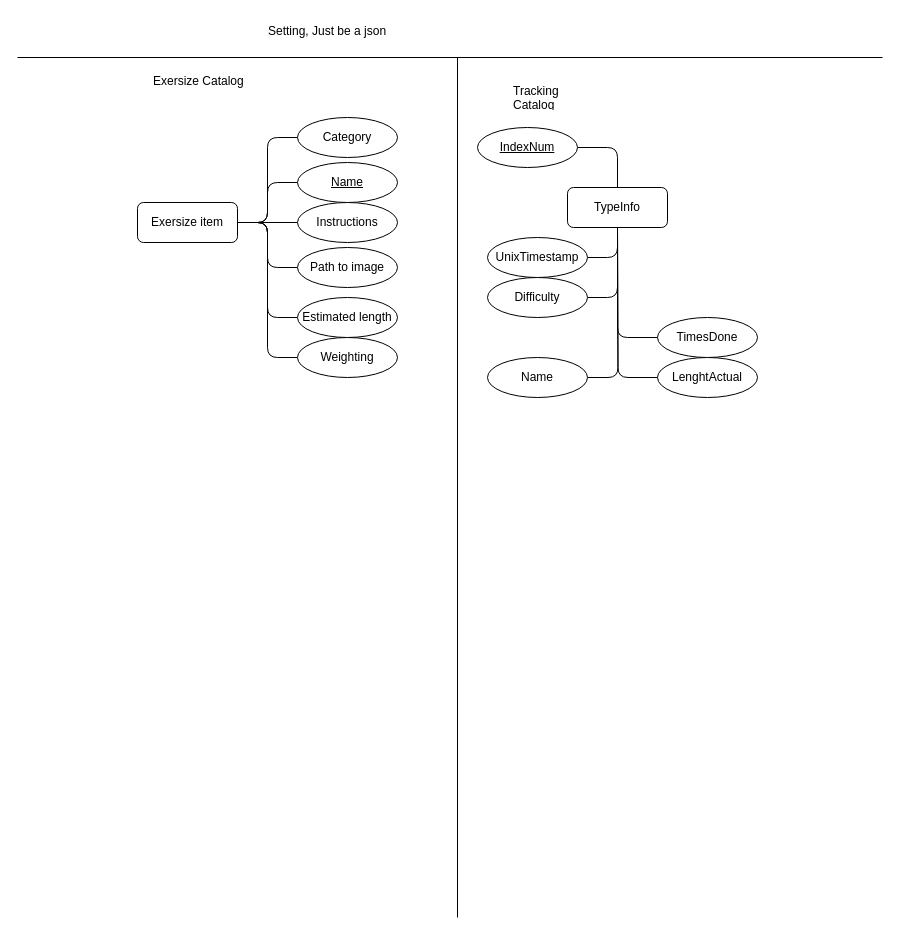
The draw.io diagram Git_Assign/Designs/ERD.drawio in Deejayayay/CSC3220_T2, before the edit. Source tidied: cells renumbered, new cells numbered last; positions are measured from the earlier drawing's top-left corner, leaving out a move shared by most shapes. Both pictures are drawn from the tidied source at 100%, with x=0, y=0 at pixel (17, 17).
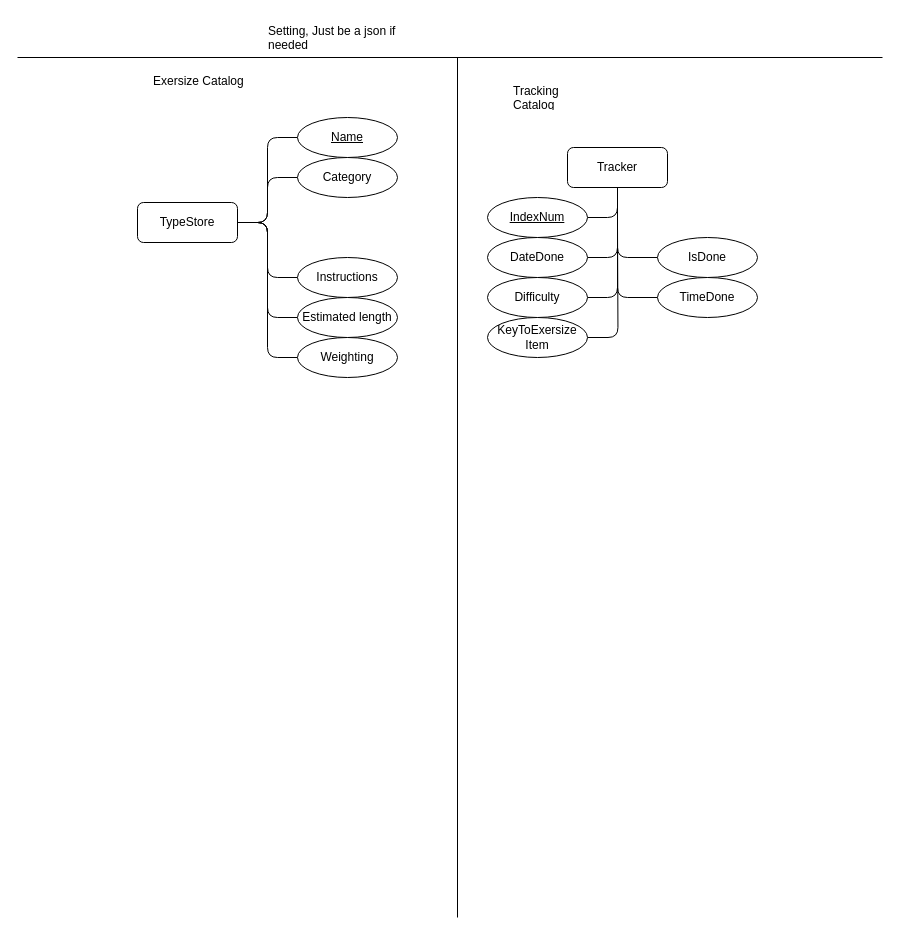
The same diagram, later.

Change to the diagram source:
```diff
@@
-    <mxCell id="2" style="edgeStyle=orthogonalEdgeStyle;rounded=1;jettySize=auto;html=1;exitX=0.5;exitY=0;exitDx=0;exitDy=0;entryX=1;entryY=0.5;entryDx=0;entryDy=0;endArrow=none;endFill=0;" parent="1" edge="1" source="4" target="18">
+    <mxCell id="2" style="edgeStyle=orthogonalEdgeStyle;rounded=1;jettySize=auto;html=1;exitX=0.5;exitY=1;exitDx=0;exitDy=0;entryX=1;entryY=0.5;entryDx=0;entryDy=0;endArrow=none;endFill=0;" parent="1" edge="1" source="4" target="18">
       <mxGeometry relative="1" as="geometry" />
     </mxCell>
@@
+    <mxCell id="37" style="edgeStyle=orthogonalEdgeStyle;rounded=1;jettySize=auto;html=1;exitX=0.5;exitY=1;exitDx=0;exitDy=0;entryX=0;entryY=0.5;entryDx=0;entryDy=0;endArrow=none;endFill=0;" parent="1" edge="1" source="4" target="38">
+      <mxGeometry relative="1" as="geometry" />
+    </mxCell>
-    <mxCell id="4" value="TypeInfo" style="whiteSpace=wrap;html=1;align=center;rounded=1;" parent="1" vertex="1">
-      <mxGeometry x="550" y="170" width="100" height="40" as="geometry" />
+    <mxCell id="4" value="Tracker" style="whiteSpace=wrap;html=1;align=center;rounded=1;" parent="1" vertex="1">
+      <mxGeometry x="550" y="130" width="100" height="40" as="geometry" />
     </mxCell>
@@
-    <mxCell id="8" value="Exersize item" style="whiteSpace=wrap;html=1;align=center;rounded=1;" parent="1" vertex="1">
+    <mxCell id="8" value="TypeStore" style="whiteSpace=wrap;html=1;align=center;rounded=1;" parent="1" vertex="1">
       <mxGeometry x="120" y="185" width="100" height="40" as="geometry" />
     </mxCell>
@@
     <mxCell id="10" value="Instructions" style="ellipse;whiteSpace=wrap;html=1;align=center;" parent="1" vertex="1">
-      <mxGeometry x="280" y="185" width="100" height="40" as="geometry" />
+      <mxGeometry x="280" y="240" width="100" height="40" as="geometry" />
     </mxCell>
-    <mxCell id="11" style="edgeStyle=orthogonalEdgeStyle;rounded=1;jettySize=auto;html=1;exitX=0;exitY=0.5;exitDx=0;exitDy=0;entryX=1;entryY=0.5;entryDx=0;entryDy=0;endArrow=none;endFill=0;" parent="1" edge="1" source="12" target="8">
-      <mxGeometry relative="1" as="geometry" />
-    </mxCell>
-    <mxCell id="12" value="Path to image" style="ellipse;whiteSpace=wrap;html=1;align=center;" parent="1" vertex="1">
-      <mxGeometry x="280" y="230" width="100" height="40" as="geometry" />
-    </mxCell>
@@
-    <mxCell id="15" value="Setting, Just be a json" style="text;strokeColor=none;fillColor=none;spacingLeft=4;spacingRight=4;overflow=hidden;fontSize=12;whiteSpace=wrap;html=1;" parent="1" vertex="1">
+    <mxCell id="15" value="Setting, Just be a json if needed" style="text;strokeColor=none;fillColor=none;spacingLeft=4;spacingRight=4;overflow=hidden;fontSize=12;whiteSpace=wrap;html=1;" parent="1" vertex="1">
       <mxGeometry x="245" width="180" height="30" as="geometry" />
     </mxCell>
@@
     <mxCell id="18" value="&lt;u&gt;IndexNum&lt;/u&gt;" style="ellipse;whiteSpace=wrap;html=1;" parent="1" vertex="1">
-      <mxGeometry x="460" y="110" width="100" height="40" as="geometry" />
+      <mxGeometry x="470" y="180" width="100" height="40" as="geometry" />
     </mxCell>
@@
-    <mxCell id="24" value="TimesDone" style="ellipse;whiteSpace=wrap;html=1;align=center;" parent="1" vertex="1">
-      <mxGeometry x="640" y="300" width="100" height="40" as="geometry" />
+    <mxCell id="24" value="TimeDone" style="ellipse;whiteSpace=wrap;html=1;align=center;" parent="1" vertex="1">
+      <mxGeometry x="640" y="260" width="100" height="40" as="geometry" />
     </mxCell>
@@
-    <mxCell id="26" value="Name" style="ellipse;whiteSpace=wrap;html=1;align=center;" parent="1" vertex="1">
-      <mxGeometry x="470" y="340" width="100" height="40" as="geometry" />
+    <mxCell id="26" value="KeyToExersize&lt;br&gt;Item" style="ellipse;whiteSpace=wrap;html=1;align=center;" parent="1" vertex="1">
+      <mxGeometry x="470" y="300" width="100" height="40" as="geometry" />
     </mxCell>
-    <mxCell id="27" style="edgeStyle=orthogonalEdgeStyle;rounded=1;jettySize=auto;html=1;exitX=0;exitY=0.5;exitDx=0;exitDy=0;endArrow=none;endFill=0;" parent="1" edge="1" source="28">
-      <mxGeometry relative="1" as="geometry">
-        <mxPoint x="600" y="210" as="targetPoint" />
-      </mxGeometry>
-    </mxCell>
-    <mxCell id="28" value="LenghtActual" style="ellipse;whiteSpace=wrap;html=1;align=center;" parent="1" vertex="1">
-      <mxGeometry x="640" y="340" width="100" height="40" as="geometry" />
-    </mxCell>
@@
-    <mxCell id="30" value="UnixTimestamp" style="ellipse;whiteSpace=wrap;html=1;" parent="1" vertex="1">
+    <mxCell id="30" value="DateDone" style="ellipse;whiteSpace=wrap;html=1;" parent="1" vertex="1">
       <mxGeometry x="470" y="220" width="100" height="40" as="geometry" />
     </mxCell>
@@
     <mxCell id="32" value="Category" style="ellipse;whiteSpace=wrap;html=1;align=center;" parent="1" vertex="1">
-      <mxGeometry x="280" y="100" width="100" height="40" as="geometry" />
+      <mxGeometry x="280" y="140" width="100" height="40" as="geometry" />
     </mxCell>
     <mxCell id="33" value="&lt;u&gt;Name&lt;/u&gt;" style="ellipse;whiteSpace=wrap;html=1;align=center;" parent="1" vertex="1">
-      <mxGeometry x="280" y="145" width="100" height="40" as="geometry" />
+      <mxGeometry x="280" y="100" width="100" height="40" as="geometry" />
     </mxCell>
@@
+    <mxCell id="38" value="IsDone" style="ellipse;whiteSpace=wrap;html=1;align=center;" parent="1" vertex="1">
+      <mxGeometry x="640" y="220" width="100" height="40" as="geometry" />
+    </mxCell>
```
